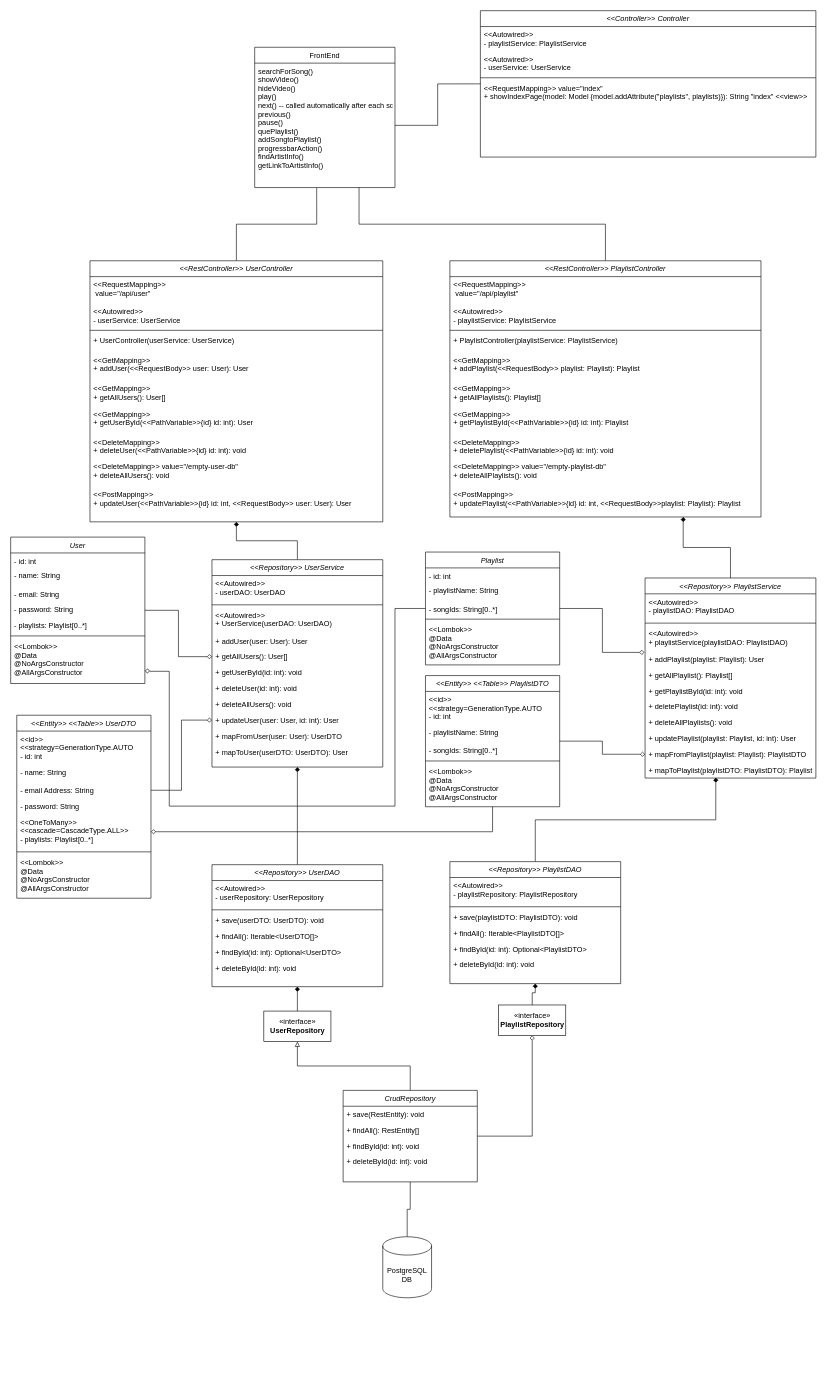
The draw.io diagram Ljudio.drawio in Jesper1990/SpotifyCopy, before the edit. Source tidied: cells renumbered, new cells numbered last; positions are measured from the earlier drawing's top-left corner, leaving out a move shared by most shapes. Both pictures are drawn from the tidied source at 61%, with x=0, y=0 at pixel (10, 10).
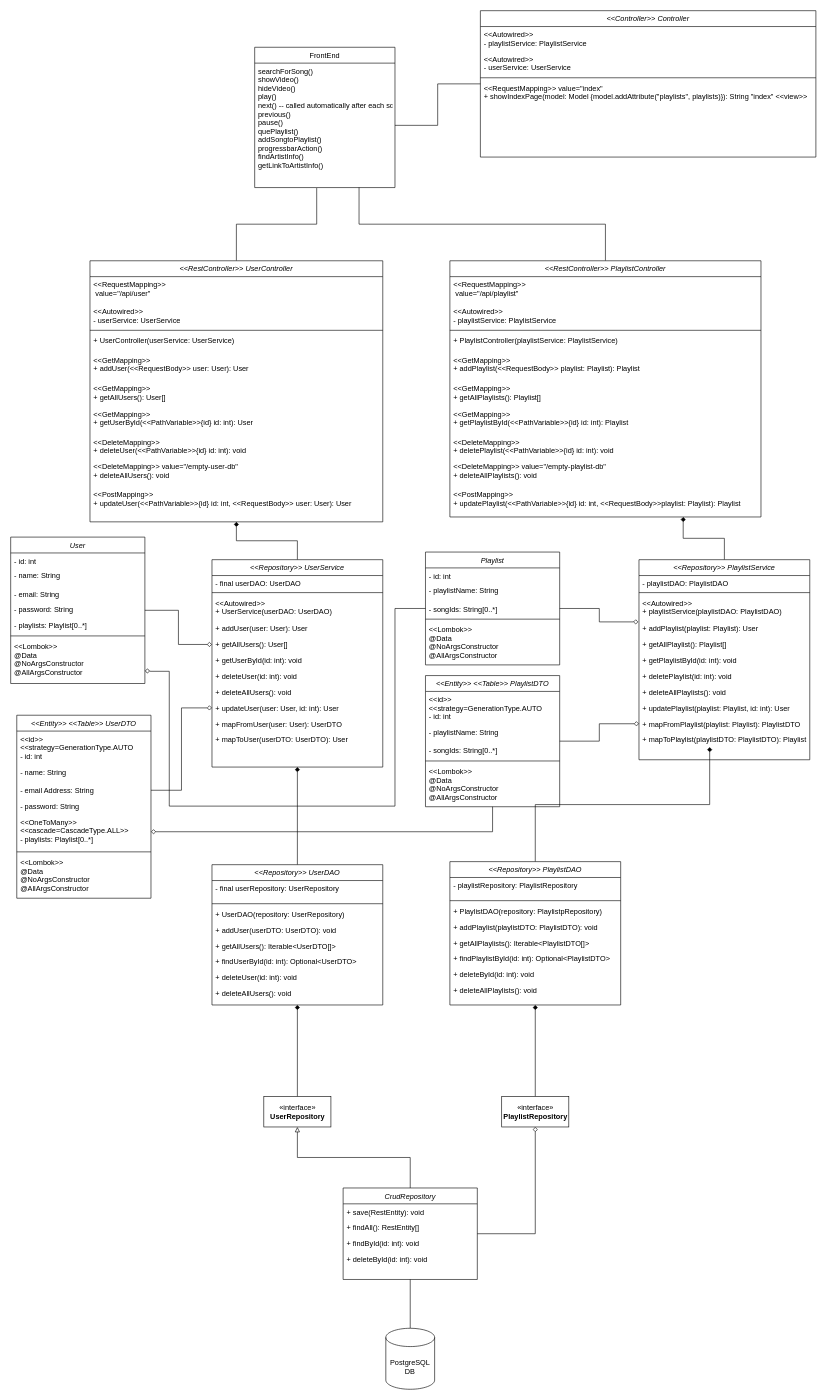
The same page after the edit.

Commit message (it also covers changes not shown here):
cleaned up code and added an updated UML to project

Unchanged cells that the change refers to:
```xml
<mxCell id="41" value="&lt;&lt;Repository&gt;&gt; UserService" style="swimlane;fontStyle=2;align=center;verticalAlign=top;horizontal=1;startSize=26;rounded=0;shadow=0;strokeWidth=1;" parent="1" vertex="1">
  <mxGeometry x="330" y="900" width="280" height="340" as="geometry" />
</mxCell>
```

Change to the diagram source:
```diff
@@
     <mxCell id="12" value="&lt;&lt;Repository&gt;&gt; UserDAO" style="swimlane;fontStyle=2;align=center;verticalAlign=top;horizontal=1;startSize=26;rounded=0;shadow=0;strokeWidth=1;" parent="1" vertex="1">
-      <mxGeometry x="330" y="1400" width="280" height="200" as="geometry" />
+      <mxGeometry x="330" y="1400" width="280" height="230" as="geometry" />
     </mxCell>
-    <mxCell id="13" value="&lt;&lt;Autowired&gt;&gt;&#10;- userRepository: UserRepository" style="text;align=left;verticalAlign=top;spacingLeft=4;spacingRight=4;overflow=hidden;" parent="12" vertex="1">
-      <mxGeometry y="26" width="280" height="44" as="geometry" />
+    <mxCell id="13" value="- final userRepository: UserRepository" style="text;align=left;verticalAlign=top;spacingLeft=4;spacingRight=4;overflow=hidden;" parent="12" vertex="1">
+      <mxGeometry y="26" width="280" height="34" as="geometry" />
     </mxCell>
     <mxCell id="14" style="line;html=1;strokeWidth=1;align=left;verticalAlign=middle;spacingTop=-1;spacingLeft=3;spacingRight=3;labelPosition=right;" parent="12" vertex="1">
-      <mxGeometry y="70" width="280" height="8" as="geometry" />
+      <mxGeometry y="60" width="280" height="8" as="geometry" />
     </mxCell>
+    <mxCell id="123" value="+ UserDAO(repository: UserRepository)" style="text;strokeColor=none;fillColor=none;align=left;verticalAlign=top;spacingLeft=4;spacingRight=4;overflow=hidden;" parent="12" vertex="1">
+      <mxGeometry y="68" width="280" height="26" as="geometry" />
+    </mxCell>
-    <mxCell id="15" value="+ save(userDTO: UserDTO): void" style="text;strokeColor=none;fillColor=none;align=left;verticalAlign=top;spacingLeft=4;spacingRight=4;overflow=hidden;" parent="12" vertex="1">
-      <mxGeometry y="78" width="280" height="26" as="geometry" />
+    <mxCell id="15" value="+ addUser(userDTO: UserDTO): void" style="text;strokeColor=none;fillColor=none;align=left;verticalAlign=top;spacingLeft=4;spacingRight=4;overflow=hidden;" parent="12" vertex="1">
+      <mxGeometry y="94" width="280" height="26" as="geometry" />
     </mxCell>
-    <mxCell id="16" value="+ findAll(): Iterable&lt;UserDTO[]&gt;" style="text;strokeColor=none;fillColor=none;align=left;verticalAlign=top;spacingLeft=4;spacingRight=4;overflow=hidden;" parent="12" vertex="1">
-      <mxGeometry y="104" width="280" height="26" as="geometry" />
+    <mxCell id="16" value="+ getAllUsers(): Iterable&lt;UserDTO[]&gt;" style="text;strokeColor=none;fillColor=none;align=left;verticalAlign=top;spacingLeft=4;spacingRight=4;overflow=hidden;" parent="12" vertex="1">
+      <mxGeometry y="120" width="280" height="26" as="geometry" />
     </mxCell>
-    <mxCell id="17" value="+ findById(id: int): Optional&lt;UserDTO&gt;" style="text;strokeColor=none;fillColor=none;align=left;verticalAlign=top;spacingLeft=4;spacingRight=4;overflow=hidden;" parent="12" vertex="1">
-      <mxGeometry y="130" width="280" height="26" as="geometry" />
+    <mxCell id="17" value="+ findUserById(id: int): Optional&lt;UserDTO&gt;" style="text;strokeColor=none;fillColor=none;align=left;verticalAlign=top;spacingLeft=4;spacingRight=4;overflow=hidden;" parent="12" vertex="1">
+      <mxGeometry y="146" width="280" height="26" as="geometry" />
     </mxCell>
-    <mxCell id="18" value="+ deleteById(id: int): void" style="text;strokeColor=none;fillColor=none;align=left;verticalAlign=top;spacingLeft=4;spacingRight=4;overflow=hidden;" parent="12" vertex="1">
-      <mxGeometry y="156" width="280" height="26" as="geometry" />
+    <mxCell id="18" value="+ deleteUser(id: int): void" style="text;strokeColor=none;fillColor=none;align=left;verticalAlign=top;spacingLeft=4;spacingRight=4;overflow=hidden;" parent="12" vertex="1">
+      <mxGeometry y="172" width="280" height="26" as="geometry" />
     </mxCell>
+    <mxCell id="124" value="+ deleteAllUsers(): void" style="text;strokeColor=none;fillColor=none;align=left;verticalAlign=top;spacingLeft=4;spacingRight=4;overflow=hidden;" parent="12" vertex="1">
+      <mxGeometry y="198" width="280" height="26" as="geometry" />
+    </mxCell>
@@
     <mxCell id="21" value="CrudRepository" style="swimlane;fontStyle=2;align=center;verticalAlign=top;horizontal=1;startSize=26;rounded=0;shadow=0;strokeWidth=1;" parent="1" vertex="1">
-      <mxGeometry x="545" y="1770" width="220" height="150" as="geometry" />
+      <mxGeometry x="545" y="1930" width="220" height="150" as="geometry" />
     </mxCell>
@@
     <mxCell id="39" value="«interface»&lt;br&gt;&lt;b&gt;UserRepository&lt;/b&gt;" style="html=1;" parent="1" vertex="1">
-      <mxGeometry x="415" y="1640" width="110" height="50" as="geometry" />
+      <mxGeometry x="415" y="1780" width="110" height="50" as="geometry" />
     </mxCell>
@@
-    <mxCell id="42" value="&lt;&lt;Autowired&gt;&gt;&#10;- userDAO: UserDAO" style="text;align=left;verticalAlign=top;spacingLeft=4;spacingRight=4;overflow=hidden;" parent="41" vertex="1">
-      <mxGeometry y="26" width="280" height="44" as="geometry" />
+    <mxCell id="42" value="- final userDAO: UserDAO" style="text;align=left;verticalAlign=top;spacingLeft=4;spacingRight=4;overflow=hidden;" parent="41" vertex="1">
+      <mxGeometry y="26" width="280" height="24" as="geometry" />
     </mxCell>
     <mxCell id="43" style="line;html=1;strokeWidth=1;align=left;verticalAlign=middle;spacingTop=-1;spacingLeft=3;spacingRight=3;labelPosition=right;" parent="41" vertex="1">
-      <mxGeometry y="70" width="280" height="8" as="geometry" />
+      <mxGeometry y="50" width="280" height="8" as="geometry" />
     </mxCell>
     <mxCell id="44" value="&lt;&lt;Autowired&gt;&gt;&#10;+ UserService(userDAO: UserDAO)" style="text;strokeColor=none;fillColor=none;align=left;verticalAlign=top;spacingLeft=4;spacingRight=4;overflow=hidden;" parent="41" vertex="1">
-      <mxGeometry y="78" width="280" height="42" as="geometry" />
+      <mxGeometry y="58" width="280" height="42" as="geometry" />
     </mxCell>
     <mxCell id="45" value="+ addUser(user: User): User" style="text;strokeColor=none;fillColor=none;align=left;verticalAlign=top;spacingLeft=4;spacingRight=4;overflow=hidden;" parent="41" vertex="1">
-      <mxGeometry y="120" width="280" height="26" as="geometry" />
+      <mxGeometry y="100" width="280" height="26" as="geometry" />
     </mxCell>
     <mxCell id="46" value="+ getAllUsers(): User[]" style="text;strokeColor=none;fillColor=none;align=left;verticalAlign=top;spacingLeft=4;spacingRight=4;overflow=hidden;points=[[0,0.5],[1,0.5]];portConstraint=eastwest;" parent="41" vertex="1">
-      <mxGeometry y="146" width="280" height="26" as="geometry" />
+      <mxGeometry y="126" width="280" height="26" as="geometry" />
     </mxCell>
     <mxCell id="47" value="+ getUserById(id: int): void" style="text;strokeColor=none;fillColor=none;align=left;verticalAlign=top;spacingLeft=4;spacingRight=4;overflow=hidden;" parent="41" vertex="1">
-      <mxGeometry y="172" width="280" height="26" as="geometry" />
+      <mxGeometry y="152" width="280" height="26" as="geometry" />
     </mxCell>
     <mxCell id="48" value="+ deleteUser(id: int): void" style="text;strokeColor=none;fillColor=none;align=left;verticalAlign=top;spacingLeft=4;spacingRight=4;overflow=hidden;" parent="41" vertex="1">
-      <mxGeometry y="198" width="280" height="26" as="geometry" />
+      <mxGeometry y="178" width="280" height="26" as="geometry" />
     </mxCell>
     <mxCell id="49" value="+ deleteAllUsers(): void" style="text;strokeColor=none;fillColor=none;align=left;verticalAlign=top;spacingLeft=4;spacingRight=4;overflow=hidden;" parent="41" vertex="1">
-      <mxGeometry y="224" width="280" height="26" as="geometry" />
+      <mxGeometry y="204" width="280" height="26" as="geometry" />
     </mxCell>
     <mxCell id="50" value="+ updateUser(user: User, id: int): User" style="text;strokeColor=none;fillColor=none;align=left;verticalAlign=top;spacingLeft=4;spacingRight=4;overflow=hidden;points=[[0,0.5],[1,0.5]];portConstraint=eastwest;" parent="41" vertex="1">
-      <mxGeometry y="250" width="280" height="26" as="geometry" />
+      <mxGeometry y="230" width="280" height="26" as="geometry" />
     </mxCell>
     <mxCell id="51" value="+ mapFromUser(user: User): UserDTO" style="text;strokeColor=none;fillColor=none;align=left;verticalAlign=top;spacingLeft=4;spacingRight=4;overflow=hidden;" parent="41" vertex="1">
-      <mxGeometry y="276" width="280" height="26" as="geometry" />
+      <mxGeometry y="256" width="280" height="26" as="geometry" />
     </mxCell>
     <mxCell id="52" value="+ mapToUser(userDTO: UserDTO): User" style="text;strokeColor=none;fillColor=none;align=left;verticalAlign=top;spacingLeft=4;spacingRight=4;overflow=hidden;" parent="41" vertex="1">
-      <mxGeometry y="302" width="280" height="28" as="geometry" />
+      <mxGeometry y="282" width="280" height="28" as="geometry" />
     </mxCell>
@@
     <mxCell id="66" value="&lt;&lt;Repository&gt;&gt; PlaylistService" style="swimlane;fontStyle=2;align=center;verticalAlign=top;horizontal=1;startSize=26;rounded=0;shadow=0;strokeWidth=1;" parent="1" vertex="1">
-      <mxGeometry x="1040" y="930" width="280" height="328" as="geometry" />
+      <mxGeometry x="1030" y="900" width="280" height="328" as="geometry" />
     </mxCell>
-    <mxCell id="67" value="&lt;&lt;Autowired&gt;&gt;&#10;- playlistDAO: PlaylistDAO" style="text;align=left;verticalAlign=top;spacingLeft=4;spacingRight=4;overflow=hidden;" parent="66" vertex="1">
-      <mxGeometry y="26" width="280" height="44" as="geometry" />
+    <mxCell id="67" value="- playlistDAO: PlaylistDAO" style="text;align=left;verticalAlign=top;spacingLeft=4;spacingRight=4;overflow=hidden;" parent="66" vertex="1">
+      <mxGeometry y="26" width="280" height="24" as="geometry" />
     </mxCell>
     <mxCell id="68" style="line;html=1;strokeWidth=1;align=left;verticalAlign=middle;spacingTop=-1;spacingLeft=3;spacingRight=3;labelPosition=right;" parent="66" vertex="1">
-      <mxGeometry y="70" width="280" height="8" as="geometry" />
+      <mxGeometry y="50" width="280" height="8" as="geometry" />
     </mxCell>
     <mxCell id="69" value="&lt;&lt;Autowired&gt;&gt;&#10;+ playlistService(playlistDAO: PlaylistDAO)" style="text;strokeColor=none;fillColor=none;align=left;verticalAlign=top;spacingLeft=4;spacingRight=4;overflow=hidden;" parent="66" vertex="1">
-      <mxGeometry y="78" width="280" height="42" as="geometry" />
+      <mxGeometry y="58" width="280" height="42" as="geometry" />
     </mxCell>
     <mxCell id="70" value="+ addPlaylist(playlist: Playlist): User" style="text;strokeColor=none;fillColor=none;align=left;verticalAlign=top;spacingLeft=4;spacingRight=4;overflow=hidden;points=[[0,0.5],[1,0.5]];portConstraint=eastwest;" parent="66" vertex="1">
-      <mxGeometry y="120" width="280" height="26" as="geometry" />
+      <mxGeometry y="100" width="280" height="26" as="geometry" />
     </mxCell>
     <mxCell id="71" value="+ getAllPlaylist(): Playlist[]" style="text;strokeColor=none;fillColor=none;align=left;verticalAlign=top;spacingLeft=4;spacingRight=4;overflow=hidden;" parent="66" vertex="1">
-      <mxGeometry y="146" width="280" height="26" as="geometry" />
+      <mxGeometry y="126" width="280" height="26" as="geometry" />
     </mxCell>
     <mxCell id="72" value="+ getPlaylistById(id: int): void" style="text;strokeColor=none;fillColor=none;align=left;verticalAlign=top;spacingLeft=4;spacingRight=4;overflow=hidden;" parent="66" vertex="1">
-      <mxGeometry y="172" width="280" height="26" as="geometry" />
+      <mxGeometry y="152" width="280" height="26" as="geometry" />
     </mxCell>
     <mxCell id="73" value="+ deletePlaylist(id: int): void" style="text;strokeColor=none;fillColor=none;align=left;verticalAlign=top;spacingLeft=4;spacingRight=4;overflow=hidden;" parent="66" vertex="1">
-      <mxGeometry y="198" width="280" height="26" as="geometry" />
+      <mxGeometry y="178" width="280" height="26" as="geometry" />
     </mxCell>
     <mxCell id="74" value="+ deleteAllPlaylists(): void" style="text;strokeColor=none;fillColor=none;align=left;verticalAlign=top;spacingLeft=4;spacingRight=4;overflow=hidden;" parent="66" vertex="1">
-      <mxGeometry y="224" width="280" height="26" as="geometry" />
+      <mxGeometry y="204" width="280" height="26" as="geometry" />
     </mxCell>
     <mxCell id="75" value="+ updatePlaylist(playlist: Playlist, id: int): User" style="text;strokeColor=none;fillColor=none;align=left;verticalAlign=top;spacingLeft=4;spacingRight=4;overflow=hidden;" parent="66" vertex="1">
-      <mxGeometry y="250" width="280" height="26" as="geometry" />
+      <mxGeometry y="230" width="280" height="26" as="geometry" />
     </mxCell>
     <mxCell id="76" value="+ mapFromPlaylist(playlist: Playlist): PlaylistDTO" style="text;strokeColor=none;fillColor=none;align=left;verticalAlign=top;spacingLeft=4;spacingRight=4;overflow=hidden;points=[[0,0.5],[1,0.5]];portConstraint=eastwest;" parent="66" vertex="1">
-      <mxGeometry y="276" width="280" height="26" as="geometry" />
+      <mxGeometry y="256" width="280" height="26" as="geometry" />
     </mxCell>
     <mxCell id="77" value="+ mapToPlaylist(playlistDTO: PlaylistDTO): Playlist" style="text;strokeColor=none;fillColor=none;align=left;verticalAlign=top;spacingLeft=4;spacingRight=4;overflow=hidden;points=[[0,0.5],[1,0.5]];portConstraint=eastwest;" parent="66" vertex="1">
-      <mxGeometry y="302" width="280" height="26" as="geometry" />
+      <mxGeometry y="282" width="280" height="26" as="geometry" />
     </mxCell>
@@
     <mxCell id="91" value="&lt;&lt;Repository&gt;&gt; PlaylistDAO" style="swimlane;fontStyle=2;align=center;verticalAlign=top;horizontal=1;startSize=26;rounded=0;shadow=0;strokeWidth=1;" parent="1" vertex="1">
-      <mxGeometry x="720" y="1395" width="280" height="200" as="geometry" />
+      <mxGeometry x="720" y="1395" width="280" height="235" as="geometry" />
     </mxCell>
-    <mxCell id="92" value="&lt;&lt;Autowired&gt;&gt;&#10;- playlistRepository: PlaylistRepository" style="text;align=left;verticalAlign=top;spacingLeft=4;spacingRight=4;overflow=hidden;" parent="91" vertex="1">
-      <mxGeometry y="26" width="280" height="44" as="geometry" />
+    <mxCell id="92" value="- playlistRepository: PlaylistRepository" style="text;align=left;verticalAlign=top;spacingLeft=4;spacingRight=4;overflow=hidden;" parent="91" vertex="1">
+      <mxGeometry y="26" width="280" height="34" as="geometry" />
     </mxCell>
     <mxCell id="93" style="line;html=1;strokeWidth=1;align=left;verticalAlign=middle;spacingTop=-1;spacingLeft=3;spacingRight=3;labelPosition=right;" parent="91" vertex="1">
-      <mxGeometry y="70" width="280" height="8" as="geometry" />
+      <mxGeometry y="60" width="280" height="8" as="geometry" />
     </mxCell>
+    <mxCell id="125" value="+ PlaylistDAO(repository: PlaylistpRepository)" style="text;strokeColor=none;fillColor=none;align=left;verticalAlign=top;spacingLeft=4;spacingRight=4;overflow=hidden;" parent="91" vertex="1">
+      <mxGeometry y="68" width="280" height="26" as="geometry" />
+    </mxCell>
-    <mxCell id="94" value="+ save(playlistDTO: PlaylistDTO): void" style="text;strokeColor=none;fillColor=none;align=left;verticalAlign=top;spacingLeft=4;spacingRight=4;overflow=hidden;" parent="91" vertex="1">
-      <mxGeometry y="78" width="280" height="26" as="geometry" />
+    <mxCell id="94" value="+ addPlaylist(playlistDTO: PlaylistDTO): void" style="text;strokeColor=none;fillColor=none;align=left;verticalAlign=top;spacingLeft=4;spacingRight=4;overflow=hidden;" parent="91" vertex="1">
+      <mxGeometry y="94" width="280" height="26" as="geometry" />
     </mxCell>
-    <mxCell id="95" value="+ findAll(): Iterable&lt;PlaylistDTO[]&gt;" style="text;strokeColor=none;fillColor=none;align=left;verticalAlign=top;spacingLeft=4;spacingRight=4;overflow=hidden;" parent="91" vertex="1">
-      <mxGeometry y="104" width="280" height="26" as="geometry" />
+    <mxCell id="95" value="+ getAllPlaylists(): Iterable&lt;PlaylistDTO[]&gt;" style="text;strokeColor=none;fillColor=none;align=left;verticalAlign=top;spacingLeft=4;spacingRight=4;overflow=hidden;" parent="91" vertex="1">
+      <mxGeometry y="120" width="280" height="26" as="geometry" />
     </mxCell>
-    <mxCell id="96" value="+ findById(id: int): Optional&lt;PlaylistDTO&gt;" style="text;strokeColor=none;fillColor=none;align=left;verticalAlign=top;spacingLeft=4;spacingRight=4;overflow=hidden;" parent="91" vertex="1">
-      <mxGeometry y="130" width="280" height="26" as="geometry" />
+    <mxCell id="96" value="+ findPlaylistById(id: int): Optional&lt;PlaylistDTO&gt;" style="text;strokeColor=none;fillColor=none;align=left;verticalAlign=top;spacingLeft=4;spacingRight=4;overflow=hidden;" parent="91" vertex="1">
+      <mxGeometry y="146" width="280" height="26" as="geometry" />
     </mxCell>
     <mxCell id="97" value="+ deleteById(id: int): void" style="text;strokeColor=none;fillColor=none;align=left;verticalAlign=top;spacingLeft=4;spacingRight=4;overflow=hidden;" parent="91" vertex="1">
-      <mxGeometry y="156" width="280" height="26" as="geometry" />
+      <mxGeometry y="172" width="280" height="26" as="geometry" />
     </mxCell>
+    <mxCell id="126" value="+ deleteAllPlaylists(): void" style="text;strokeColor=none;fillColor=none;align=left;verticalAlign=top;spacingLeft=4;spacingRight=4;overflow=hidden;" parent="91" vertex="1">
+      <mxGeometry y="198" width="280" height="26" as="geometry" />
+    </mxCell>
@@
     <mxCell id="99" value="«interface»&lt;br&gt;&lt;b&gt;PlaylistRepository&lt;/b&gt;" style="html=1;" parent="1" vertex="1">
-      <mxGeometry x="800" y="1630" width="110" height="50" as="geometry" />
+      <mxGeometry x="805" y="1780" width="110" height="50" as="geometry" />
     </mxCell>
@@
     <mxCell id="122" value="PostgreSQL&lt;br&gt;DB" style="shape=cylinder3;whiteSpace=wrap;html=1;boundedLbl=1;backgroundOutline=1;size=15;" parent="1" vertex="1">
-      <mxGeometry x="610" y="2010" width="80" height="100" as="geometry" />
+      <mxGeometry x="615" y="2160" width="80" height="100" as="geometry" />
     </mxCell>
```
